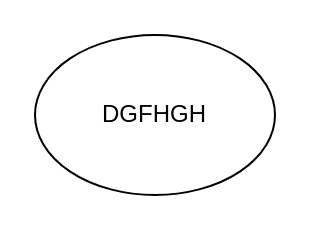
Above: Diagrama sin título.drawio in alexanderhuahuacccapacc/BDn (draw.io), before the change. Source tidied: cells renumbered, new cells numbered last; positions are measured from the earlier drawing's top-left corner, leaving out a move shared by most shapes. Both pictures are drawn from the tidied source at 200%, with x=0, y=0 at pixel (34, 34).
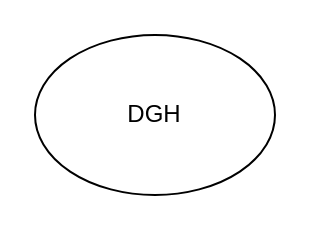
After the change.

The edit, as a diff of the source:
```diff
@@
 <mxGraphModel>
   <root>
     <mxCell id="0" />
     <mxCell id="1" parent="0" />
-    <mxCell id="2" value="DGFHGH" style="ellipse;whiteSpace=wrap;html=1;" parent="1" vertex="1">
+    <mxCell id="2" value="DGH" style="ellipse;whiteSpace=wrap;html=1;" parent="1" vertex="1">
       <mxGeometry width="120" height="80" as="geometry" />
     </mxCell>
   </root>
 </mxGraphModel>
```
